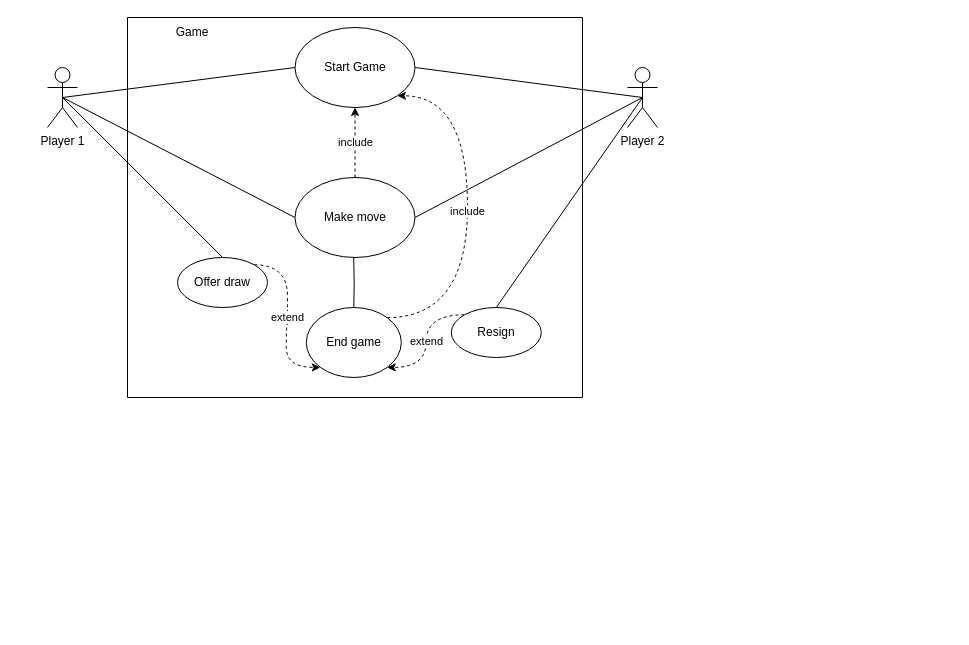
The draw.io diagram page "USE CASE" (1 of 6) of UMLs/UML.drawio in Makar1y/chess-game-project, before the edit. Source tidied: cells renumbered, new cells numbered last; positions are measured from the earlier drawing's top-left corner, leaving out a move shared by most shapes. Both pictures are drawn from the tidied source at 100%, with x=0, y=0 at pixel (47, 17).
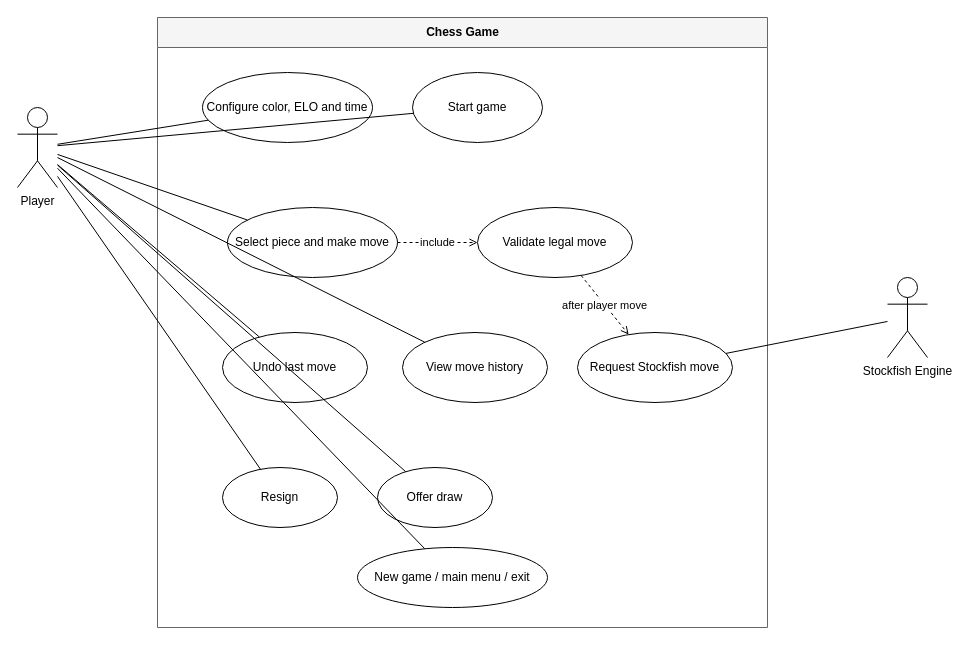
The same page after the edit.

Change to the diagram source:
```diff
@@
-    <mxCell id="2" style="rounded=0;jettySize=auto;html=1;exitX=0.5;exitY=0.5;exitDx=0;exitDy=0;exitPerimeter=0;entryX=0.5;entryY=0;entryDx=0;entryDy=0;endArrow=none;endFill=0;" parent="1" edge="1" source="3" target="16">
-      <mxGeometry relative="1" as="geometry" />
-    </mxCell>
-    <mxCell id="3" value="Player 1" style="shape=umlActor;verticalLabelPosition=bottom;verticalAlign=top;html=1;outlineConnect=0;" parent="1" vertex="1">
-      <mxGeometry y="50" width="30" height="60" as="geometry" />
-    </mxCell>
-    <mxCell id="4" style="rounded=0;jettySize=auto;html=1;exitX=0.5;exitY=0.5;exitDx=0;exitDy=0;exitPerimeter=0;" parent="1" edge="1" source="6">
-      <mxGeometry relative="1" as="geometry">
-        <mxPoint x="595.3" y="80.3" as="targetPoint" />
-      </mxGeometry>
-    </mxCell>
-    <mxCell id="5" style="rounded=0;jettySize=auto;html=1;exitX=0.5;exitY=0.5;exitDx=0;exitDy=0;exitPerimeter=0;entryX=0.5;entryY=0;entryDx=0;entryDy=0;endArrow=none;endFill=0;" parent="1" edge="1" source="6" target="18">
-      <mxGeometry relative="1" as="geometry" />
-    </mxCell>
-    <mxCell id="6" value="Player 2" style="shape=umlActor;verticalLabelPosition=bottom;verticalAlign=top;html=1;outlineConnect=0;" parent="1" vertex="1">
-      <mxGeometry x="580" y="50" width="30" height="60" as="geometry" />
-    </mxCell>
-    <mxCell id="7" style="swimlane;startSize=0;" parent="1" vertex="1">
-      <mxGeometry x="80" width="455" height="380" as="geometry" />
-    </mxCell>
-    <mxCell id="8" value="&lt;div&gt;Start Game&lt;/div&gt;" style="ellipse;whiteSpace=wrap;html=1;" parent="7" vertex="1">
-      <mxGeometry x="167.5" y="10" width="120" height="80" as="geometry" />
-    </mxCell>
-    <mxCell id="9" value="Game" style="text;html=1;whiteSpace=wrap;strokeColor=none;fillColor=none;align=center;verticalAlign=middle;rounded=0;" parent="7" vertex="1">
-      <mxGeometry x="35" width="60" height="30" as="geometry" />
-    </mxCell>
-    <mxCell id="10" value="&lt;div&gt;include&lt;/div&gt;" style="edgeStyle=orthogonalEdgeStyle;rounded=0;jettySize=auto;html=1;exitX=0.5;exitY=0;exitDx=0;exitDy=0;entryX=0.5;entryY=1;entryDx=0;entryDy=0;dashed=1;" parent="7" edge="1" source="12" target="8">
-      <mxGeometry relative="1" as="geometry" />
-    </mxCell>
-    <mxCell id="11" style="edgeStyle=orthogonalEdgeStyle;rounded=0;jettySize=auto;html=1;exitX=0.5;exitY=1;exitDx=0;exitDy=0;entryX=0.5;entryY=0;entryDx=0;entryDy=0;flowAnimation=0;endArrow=none;endFill=0;" parent="7" edge="1" target="14">
-      <mxGeometry relative="1" as="geometry">
-        <mxPoint x="226.2" y="240" as="sourcePoint" />
-      </mxGeometry>
-    </mxCell>
-    <mxCell id="12" value="&lt;div&gt;Make move&lt;/div&gt;" style="ellipse;whiteSpace=wrap;html=1;" parent="7" vertex="1">
-      <mxGeometry x="167.5" y="160" width="120" height="80" as="geometry" />
-    </mxCell>
-    <mxCell id="13" value="include" style="edgeStyle=orthogonalEdgeStyle;rounded=0;jettySize=auto;html=1;exitX=1;exitY=0;exitDx=0;exitDy=0;elbow=vertical;curved=1;entryX=1;entryY=1;entryDx=0;entryDy=0;dashed=1;verticalAlign=middle;" parent="7" edge="1" source="14" target="8">
-      <mxGeometry relative="1" as="geometry">
-        <Array as="points">
-          <mxPoint x="340" y="300" />
-          <mxPoint x="340" y="78" />
-        </Array>
-      </mxGeometry>
-    </mxCell>
-    <mxCell id="14" value="End game" style="ellipse;whiteSpace=wrap;html=1;" parent="7" vertex="1">
-      <mxGeometry x="178.8" y="290" width="95" height="70" as="geometry" />
-    </mxCell>
-    <mxCell id="15" value="extend" style="edgeStyle=orthogonalEdgeStyle;rounded=0;jettySize=auto;html=1;exitX=1;exitY=0;exitDx=0;exitDy=0;entryX=0;entryY=1;entryDx=0;entryDy=0;curved=1;dashed=1;" parent="7" edge="1" source="16" target="14">
-      <mxGeometry relative="1" as="geometry" />
-    </mxCell>
+    <mxCell id="23" value="Chess Game" style="swimlane;startSize=30;html=1;rounded=0;fillColor=#f5f5f5;strokeColor=#666666;fontStyle=1;" parent="1" vertex="1">
+      <mxGeometry x="110" width="610" height="610" as="geometry" />
+    </mxCell>
+    <mxCell id="24" value="Configure color, ELO and time" style="ellipse;whiteSpace=wrap;html=1;" parent="23" vertex="1">
+      <mxGeometry x="45" y="55" width="170" height="70" as="geometry" />
+    </mxCell>
+    <mxCell id="25" value="Start game" style="ellipse;whiteSpace=wrap;html=1;" parent="23" vertex="1">
+      <mxGeometry x="255" y="55" width="130" height="70" as="geometry" />
+    </mxCell>
+    <mxCell id="26" value="Select piece and make move" style="ellipse;whiteSpace=wrap;html=1;" parent="23" vertex="1">
+      <mxGeometry x="70" y="190" width="170" height="70" as="geometry" />
+    </mxCell>
+    <mxCell id="27" value="Validate legal move" style="ellipse;whiteSpace=wrap;html=1;" parent="23" vertex="1">
+      <mxGeometry x="320" y="190" width="155" height="70" as="geometry" />
+    </mxCell>
+    <mxCell id="28" value="Request Stockfish move" style="ellipse;whiteSpace=wrap;html=1;" parent="23" vertex="1">
+      <mxGeometry x="420" y="315" width="155" height="70" as="geometry" />
+    </mxCell>
+    <mxCell id="29" value="Undo last move" style="ellipse;whiteSpace=wrap;html=1;" parent="23" vertex="1">
+      <mxGeometry x="65" y="315" width="145" height="70" as="geometry" />
+    </mxCell>
+    <mxCell id="30" value="View move history" style="ellipse;whiteSpace=wrap;html=1;" parent="23" vertex="1">
+      <mxGeometry x="245" y="315" width="145" height="70" as="geometry" />
+    </mxCell>
+    <mxCell id="18" value="Resign" style="ellipse;whiteSpace=wrap;html=1;" parent="23" vertex="1">
+      <mxGeometry x="65" y="450" width="115" height="60" as="geometry" />
+    </mxCell>
-    <mxCell id="16" value="&lt;div&gt;Offer draw&lt;/div&gt;" style="ellipse;whiteSpace=wrap;html=1;" parent="7" vertex="1">
-      <mxGeometry x="50" y="240" width="90" height="50" as="geometry" />
+    <mxCell id="16" value="Offer draw" style="ellipse;whiteSpace=wrap;html=1;" parent="23" vertex="1">
+      <mxGeometry x="220" y="450" width="115" height="60" as="geometry" />
     </mxCell>
-    <mxCell id="17" value="extend" style="edgeStyle=orthogonalEdgeStyle;rounded=0;jettySize=auto;html=1;exitX=0;exitY=0;exitDx=0;exitDy=0;entryX=1;entryY=1;entryDx=0;entryDy=0;curved=1;dashed=1;" parent="7" edge="1" source="18" target="14">
-      <mxGeometry relative="1" as="geometry" />
-    </mxCell>
-    <mxCell id="18" value="&lt;div&gt;Resign&lt;/div&gt;" style="ellipse;whiteSpace=wrap;html=1;" parent="7" vertex="1">
-      <mxGeometry x="323.8" y="290" width="90" height="50" as="geometry" />
-    </mxCell>
-    <mxCell id="19" style="endArrow=none;html=1;rounded=0;entryX=0;entryY=0.5;entryDx=0;entryDy=0;exitX=0.5;exitY=0.5;exitDx=0;exitDy=0;exitPerimeter=0;" parent="1" edge="1" source="3" target="8">
-      <mxGeometry relative="1" as="geometry" />
-    </mxCell>
-    <mxCell id="20" style="endArrow=none;html=1;rounded=0;entryX=1;entryY=0.5;entryDx=0;entryDy=0;exitX=0.5;exitY=0.5;exitDx=0;exitDy=0;exitPerimeter=0;" parent="1" edge="1" source="6" target="8">
-      <mxGeometry relative="1" as="geometry" />
-    </mxCell>
-    <mxCell id="21" style="endArrow=none;html=1;rounded=0;entryX=0.5;entryY=0.5;entryDx=0;entryDy=0;entryPerimeter=0;exitX=1;exitY=0.5;exitDx=0;exitDy=0;" parent="1" edge="1" source="12" target="6">
-      <mxGeometry relative="1" as="geometry" />
-    </mxCell>
-    <mxCell id="22" style="endArrow=none;html=1;rounded=0;entryX=0;entryY=0.5;entryDx=0;entryDy=0;exitX=0.5;exitY=0.5;exitDx=0;exitDy=0;exitPerimeter=0;" parent="1" edge="1" source="3" target="12">
-      <mxGeometry relative="1" as="geometry" />
-    </mxCell>
+    <mxCell id="31" value="New game / main menu / exit" style="ellipse;whiteSpace=wrap;html=1;" parent="23" vertex="1">
+      <mxGeometry x="200" y="530" width="190" height="60" as="geometry" />
+    </mxCell>
+    <mxCell id="32" value="include" style="endArrow=open;html=1;rounded=0;dashed=1;" parent="23" edge="1" source="26" target="27">
+      <mxGeometry relative="1" as="geometry" />
+    </mxCell>
+    <mxCell id="33" value="after player move" style="endArrow=open;html=1;rounded=0;dashed=1;" parent="23" edge="1" source="27" target="28">
+      <mxGeometry relative="1" as="geometry" />
+    </mxCell>
+    <mxCell id="34" value="Player" style="shape=umlActor;verticalLabelPosition=bottom;verticalAlign=top;html=1;outlineConnect=0;" parent="1" vertex="1">
+      <mxGeometry x="-30" y="90" width="40" height="80" as="geometry" />
+    </mxCell>
+    <mxCell id="35" value="Stockfish Engine" style="shape=umlActor;verticalLabelPosition=bottom;verticalAlign=top;html=1;outlineConnect=0;" parent="1" vertex="1">
+      <mxGeometry x="840" y="260" width="40" height="80" as="geometry" />
+    </mxCell>
+    <mxCell id="36" style="endArrow=none;html=1;rounded=0;" parent="1" edge="1" source="34" target="24">
+      <mxGeometry relative="1" as="geometry" />
+    </mxCell>
+    <mxCell id="37" style="endArrow=none;html=1;rounded=0;" parent="1" edge="1" source="34" target="25">
+      <mxGeometry relative="1" as="geometry" />
+    </mxCell>
+    <mxCell id="38" style="endArrow=none;html=1;rounded=0;" parent="1" edge="1" source="34" target="26">
+      <mxGeometry relative="1" as="geometry" />
+    </mxCell>
+    <mxCell id="39" style="endArrow=none;html=1;rounded=0;" parent="1" edge="1" source="34" target="29">
+      <mxGeometry relative="1" as="geometry" />
+    </mxCell>
+    <mxCell id="40" style="endArrow=none;html=1;rounded=0;" parent="1" edge="1" source="34" target="30">
+      <mxGeometry relative="1" as="geometry" />
+    </mxCell>
+    <mxCell id="41" style="endArrow=none;html=1;rounded=0;" parent="1" edge="1" source="34" target="18">
+      <mxGeometry relative="1" as="geometry" />
+    </mxCell>
+    <mxCell id="42" style="endArrow=none;html=1;rounded=0;" parent="1" edge="1" source="34" target="16">
+      <mxGeometry relative="1" as="geometry" />
+    </mxCell>
+    <mxCell id="43" style="endArrow=none;html=1;rounded=0;" parent="1" edge="1" source="34" target="31">
+      <mxGeometry relative="1" as="geometry" />
+    </mxCell>
+    <mxCell id="44" style="endArrow=none;html=1;rounded=0;" parent="1" edge="1" source="35" target="28">
+      <mxGeometry relative="1" as="geometry" />
+    </mxCell>
```
